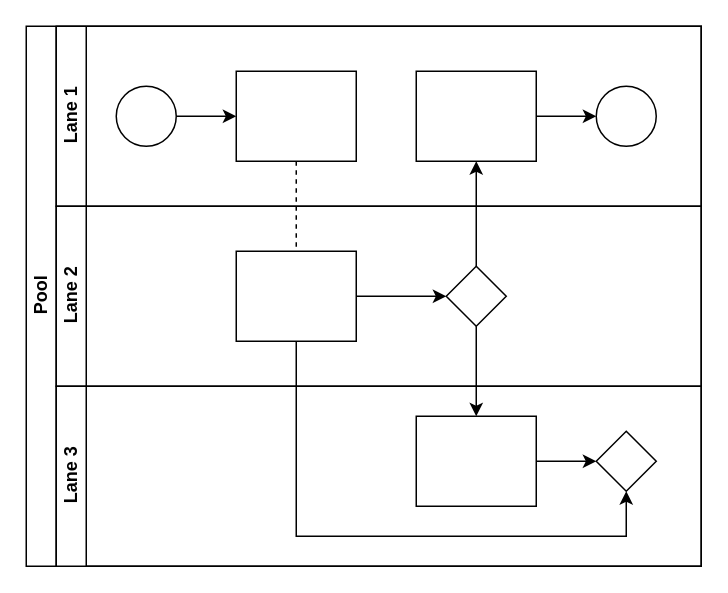
EmmCampos/Count-B- keeps this draw.io diagram as Count(B).drawio. Above is the earlier version. Source tidied: cells renumbered, new cells numbered last; positions are measured from the earlier drawing's top-left corner, leaving out a move shared by most shapes. Both pictures are drawn from the tidied source at 150%, with x=0, y=0 at pixel (26, 26).
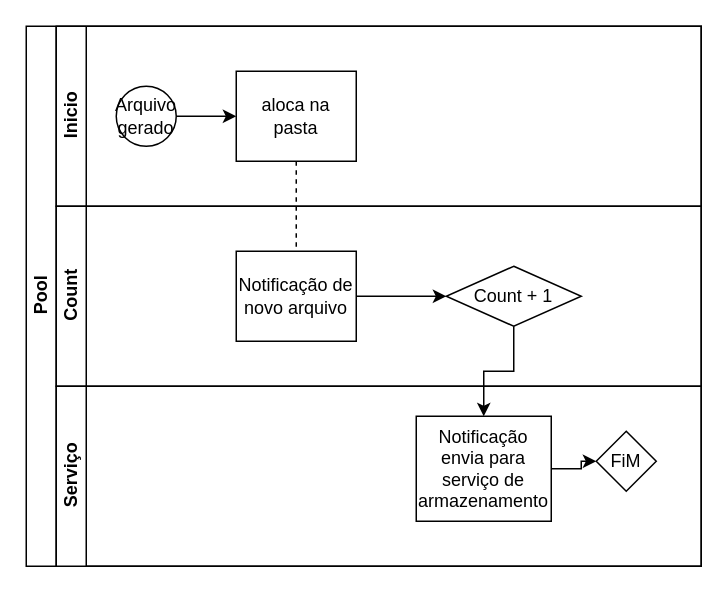
Above is the later version.

Unchanged cells that the change refers to:
```xml
<mxCell id="2" value="Pool" style="swimlane;html=1;horizontal=0;startSize=20;" parent="1" vertex="1">
  <mxGeometry width="450" height="360" as="geometry" />
</mxCell>
```

Diff of the diagram source:
```diff
@@
-    <mxCell id="4" style="edgeStyle=orthogonalEdgeStyle;rounded=0;jettySize=auto;html=1;endArrow=classic;endFill=1;" parent="2" edge="1" source="17" target="12">
-      <mxGeometry relative="1" as="geometry" />
-    </mxCell>
@@
-    <mxCell id="6" style="edgeStyle=orthogonalEdgeStyle;rounded=0;jettySize=auto;html=1;endArrow=classic;endFill=1;" parent="2" edge="1" source="16" target="21">
-      <mxGeometry relative="1" as="geometry">
-        <Array as="points">
-          <mxPoint x="180" y="340" />
-          <mxPoint x="400" y="340" />
-        </Array>
-      </mxGeometry>
-    </mxCell>
-    <mxCell id="7" value="Lane 1" style="swimlane;html=1;startSize=20;horizontal=0;" parent="2" vertex="1">
+    <mxCell id="7" value="Inicio" style="swimlane;html=1;startSize=20;horizontal=0;" parent="2" vertex="1">
       <mxGeometry x="20" width="430" height="120" as="geometry" />
     </mxCell>
@@
-    <mxCell id="9" style="ellipse;whiteSpace=wrap;html=1;" parent="7" vertex="1">
+    <mxCell id="9" value="Arquivo gerado" style="ellipse;whiteSpace=wrap;html=1;" parent="7" vertex="1">
       <mxGeometry x="40" y="40" width="40" height="40" as="geometry" />
     </mxCell>
-    <mxCell id="10" style="rounded=0;whiteSpace=wrap;html=1;fontFamily=Helvetica;fontSize=12;fontColor=#000000;align=center;" parent="7" vertex="1">
+    <mxCell id="10" value="aloca na pasta" style="rounded=0;whiteSpace=wrap;html=1;fontFamily=Helvetica;fontSize=12;fontColor=#000000;align=center;" parent="7" vertex="1">
       <mxGeometry x="120" y="30" width="80" height="60" as="geometry" />
     </mxCell>
-    <mxCell id="11" style="edgeStyle=orthogonalEdgeStyle;rounded=0;jettySize=auto;html=1;endArrow=classic;endFill=1;" parent="7" edge="1" source="12" target="13">
-      <mxGeometry relative="1" as="geometry" />
-    </mxCell>
-    <mxCell id="12" style="rounded=0;whiteSpace=wrap;html=1;fontFamily=Helvetica;fontSize=12;fontColor=#000000;align=center;" parent="7" vertex="1">
-      <mxGeometry x="240" y="30" width="80" height="60" as="geometry" />
-    </mxCell>
-    <mxCell id="13" style="ellipse;whiteSpace=wrap;html=1;" parent="7" vertex="1">
-      <mxGeometry x="360" y="40" width="40" height="40" as="geometry" />
-    </mxCell>
-    <mxCell id="14" value="Lane 2" style="swimlane;html=1;startSize=20;horizontal=0;" parent="2" vertex="1">
+    <mxCell id="14" value="Count" style="swimlane;html=1;startSize=20;horizontal=0;" parent="2" vertex="1">
       <mxGeometry x="20" y="120" width="430" height="120" as="geometry" />
     </mxCell>
@@
-    <mxCell id="16" style="rounded=0;whiteSpace=wrap;html=1;fontFamily=Helvetica;fontSize=12;fontColor=#000000;align=center;" parent="14" vertex="1">
+    <mxCell id="16" value="Notificação de novo arquivo" style="rounded=0;whiteSpace=wrap;html=1;fontFamily=Helvetica;fontSize=12;fontColor=#000000;align=center;" parent="14" vertex="1">
       <mxGeometry x="120" y="30" width="80" height="60" as="geometry" />
     </mxCell>
-    <mxCell id="17" style="rhombus;whiteSpace=wrap;html=1;fontFamily=Helvetica;fontSize=12;fontColor=#000000;align=center;" parent="14" vertex="1">
-      <mxGeometry x="260" y="40" width="40" height="40" as="geometry" />
+    <mxCell id="17" value="Count + 1" style="rhombus;whiteSpace=wrap;html=1;fontFamily=Helvetica;fontSize=12;fontColor=#000000;align=center;" parent="14" vertex="1">
+      <mxGeometry x="260" y="40" width="90" height="40" as="geometry" />
     </mxCell>
-    <mxCell id="18" value="Lane 3" style="swimlane;html=1;startSize=20;horizontal=0;" parent="2" vertex="1">
+    <mxCell id="18" value="Serviço" style="swimlane;html=1;startSize=20;horizontal=0;" parent="2" vertex="1">
       <mxGeometry x="20" y="240" width="430" height="120" as="geometry" />
     </mxCell>
@@
-    <mxCell id="20" style="rounded=0;whiteSpace=wrap;html=1;fontFamily=Helvetica;fontSize=12;fontColor=#000000;align=center;" parent="18" vertex="1">
-      <mxGeometry x="240" y="20" width="80" height="60" as="geometry" />
+    <mxCell id="20" value="Notificação envia para serviço de armazenamento" style="rounded=0;whiteSpace=wrap;html=1;fontFamily=Helvetica;fontSize=12;fontColor=#000000;align=center;" parent="18" vertex="1">
+      <mxGeometry x="240" y="20" width="90" height="70" as="geometry" />
     </mxCell>
-    <mxCell id="21" style="rhombus;whiteSpace=wrap;html=1;fontFamily=Helvetica;fontSize=12;fontColor=#000000;align=center;" parent="18" vertex="1">
+    <mxCell id="21" value="FiM" style="rhombus;whiteSpace=wrap;html=1;fontFamily=Helvetica;fontSize=12;fontColor=#000000;align=center;" parent="18" vertex="1">
       <mxGeometry x="360" y="30" width="40" height="40" as="geometry" />
     </mxCell>
```
